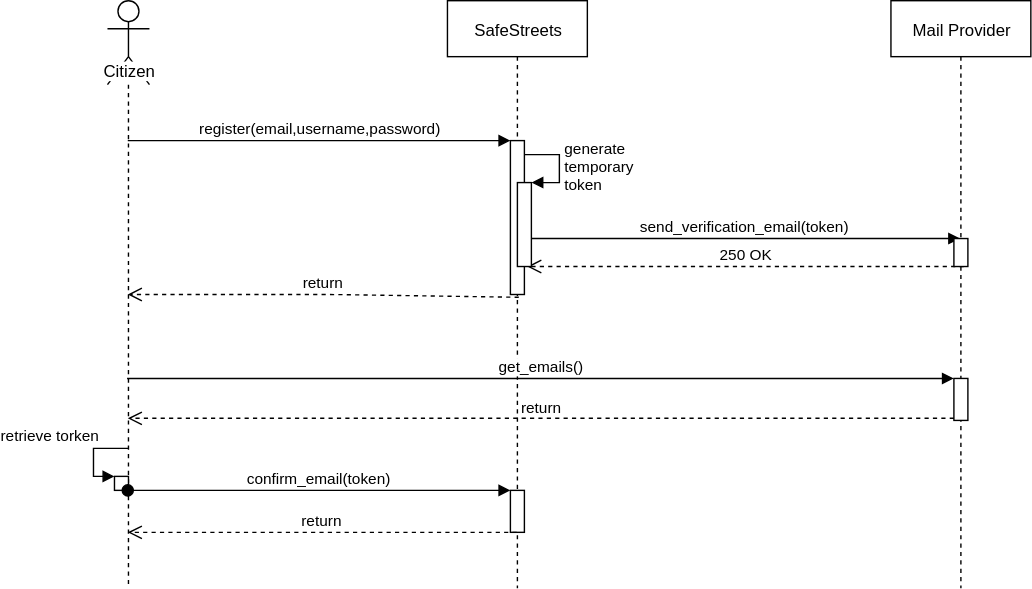
Before: UML/Register_Citizen_Sequence_Diagram.svg, a diagram exported from draw.io (University-Projects-Secco/RahbariSecco). Source tidied: cells renumbered, new cells last; positions are measured from the earlier drawing's top-left corner, leaving out a move shared by most shapes.
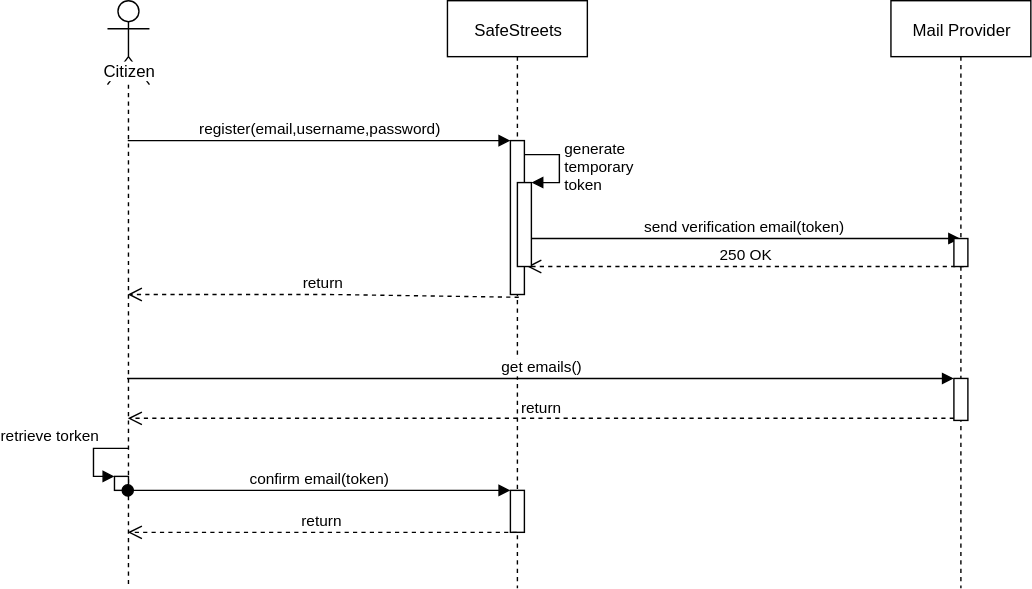
The same diagram one commit later.

What changed in the source:
```diff
@@ -7,7 +7,7 @@
         <mxPoint x="310" y="190" as="targetPoint" />
       </mxGeometry>
     </mxCell>
-    <mxCell id="3" value="send_verification_email(token)" style="html=1;verticalAlign=bottom;endArrow=block;" parent="1" edge="1" target="9">
+    <mxCell id="3" value="send verification email(token)" style="html=1;verticalAlign=bottom;endArrow=block;" parent="1" edge="1" target="9">
       <mxGeometry relative="1" as="geometry">
         <mxPoint x="310" y="170" as="sourcePoint" />
       </mxGeometry>
@@ -67,7 +67,7 @@
         </Array>
       </mxGeometry>
     </mxCell>
-    <mxCell id="17" value="get_emails()" style="html=1;verticalAlign=bottom;endArrow=block;entryX=0;entryY=0;" parent="1" edge="1" target="11">
+    <mxCell id="17" value="get emails()" style="html=1;verticalAlign=bottom;endArrow=block;entryX=0;entryY=0;" parent="1" edge="1" target="11">
       <mxGeometry relative="1" as="geometry">
         <mxPoint x="24" y="270" as="sourcePoint" />
       </mxGeometry>
@@ -75,7 +75,7 @@
     <mxCell id="18" value="return" style="html=1;verticalAlign=bottom;endArrow=open;dashed=1;endSize=8;exitX=0;exitY=0.95;" parent="1" edge="1" source="11" target="12">
       <mxGeometry relative="1" as="geometry" />
     </mxCell>
-    <mxCell id="19" value="confirm_email(token)" style="html=1;verticalAlign=bottom;startArrow=oval;endArrow=block;startSize=8;" parent="1" edge="1" source="12" target="7">
+    <mxCell id="19" value="confirm email(token)" style="html=1;verticalAlign=bottom;startArrow=oval;endArrow=block;startSize=8;" parent="1" edge="1" source="12" target="7">
       <mxGeometry relative="1" as="geometry" />
     </mxCell>
     <mxCell id="20" value="return" style="html=1;verticalAlign=bottom;endArrow=open;dashed=1;endSize=8;exitX=0.6;exitY=1.018;exitDx=0;exitDy=0;exitPerimeter=0;" parent="1" edge="1" source="5" target="12">
```
